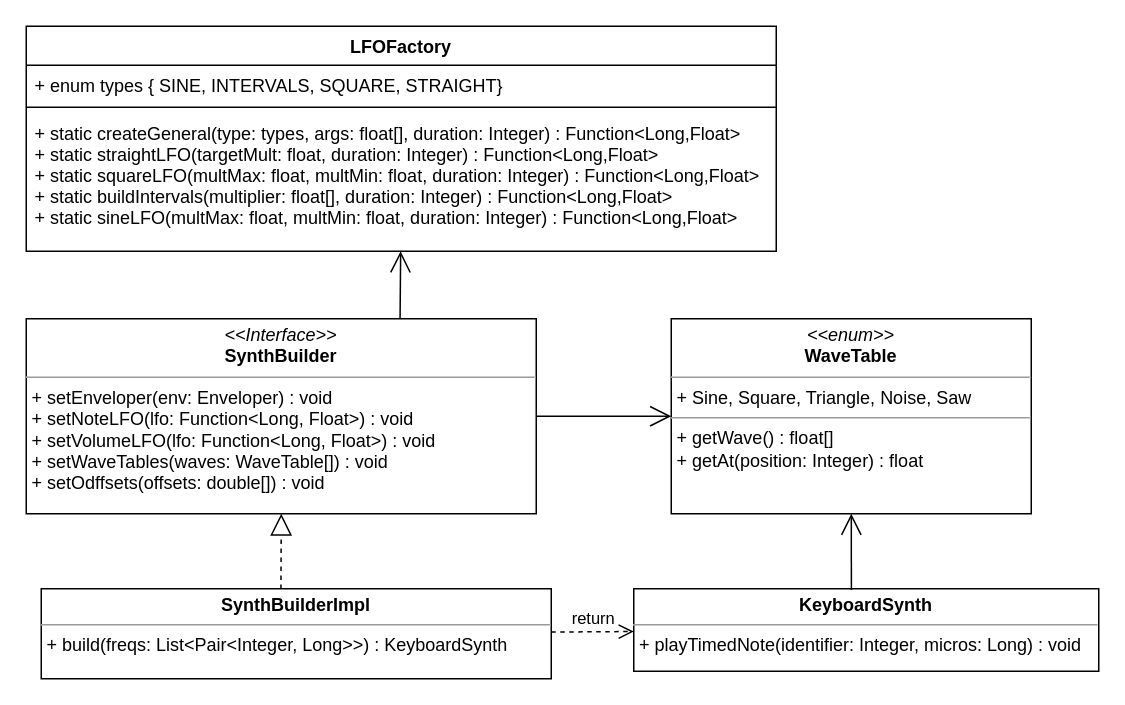
alebrasi/OOP20-DukeMania keeps this draw.io diagram as relazione/img/gianluca/wavetables.drawio. Above is the earlier version. Source tidied: cells renumbered, new cells numbered last; positions are measured from the earlier drawing's top-left corner, leaving out a move shared by most shapes. Both pictures are drawn from the tidied source at 150%, with x=0, y=0 at pixel (26, 26).
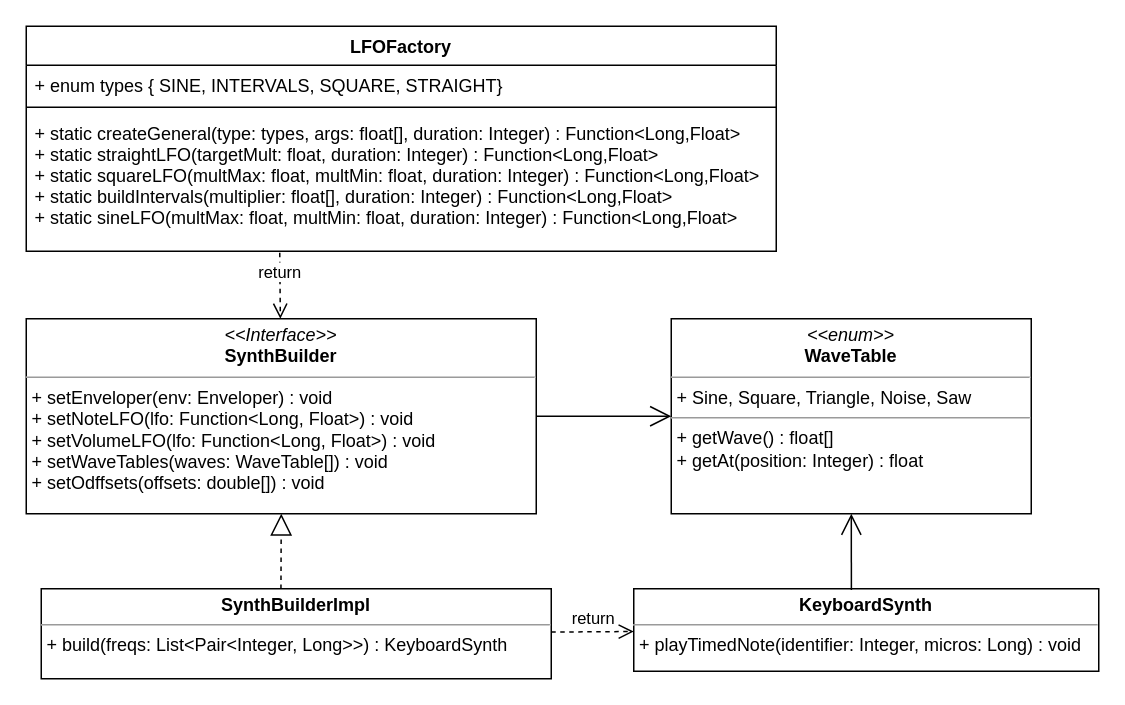
Above is the later version.

Change to the diagram source:
```diff
@@
 <mxGraphModel>
   <root>
     <mxCell id="0" />
     <mxCell id="1" parent="0" />
     <mxCell id="2" value="&lt;p style=&quot;margin: 0px ; margin-top: 4px ; text-align: center&quot;&gt;&lt;i&gt;&amp;lt;&amp;lt;Interface&amp;gt;&amp;gt;&lt;/i&gt;&lt;br&gt;&lt;b&gt;SynthBuilder&lt;/b&gt;&lt;/p&gt;&lt;hr size=&quot;1&quot;&gt;&lt;p style=&quot;margin: 0px 0px 0px 4px&quot;&gt;+ setEnveloper(env: Enveloper) : void&lt;br&gt;&lt;/p&gt;&lt;p style=&quot;margin: 0px 0px 0px 4px&quot;&gt;+ setNoteLFO(lfo: Function&amp;lt;Long, Float&amp;gt;) : void&lt;/p&gt;&lt;p style=&quot;margin: 0px 0px 0px 4px&quot;&gt;+ setVolumeLFO(lfo: Function&amp;lt;Long, Float&amp;gt;) : void&lt;/p&gt;&lt;p style=&quot;margin: 0px 0px 0px 4px&quot;&gt;+ setWaveTables(waves: WaveTable[]) : void&lt;/p&gt;&lt;p style=&quot;margin: 0px 0px 0px 4px&quot;&gt;+ setOdffsets(offsets: double[]) : void&lt;/p&gt;" style="verticalAlign=top;align=left;overflow=fill;fontSize=12;fontFamily=Helvetica;html=1;" parent="1" vertex="1">
       <mxGeometry y="195" width="340" height="130" as="geometry" />
     </mxCell>
     <mxCell id="3" value="LFOFactory" style="swimlane;fontStyle=1;align=center;verticalAlign=top;horizontal=1;startSize=26;" parent="1" vertex="1">
       <mxGeometry width="500" height="150" as="geometry" />
     </mxCell>
     <mxCell id="4" value="+ enum types { SINE, INTERVALS, SQUARE, STRAIGHT}" style="text;strokeColor=none;fillColor=none;align=left;verticalAlign=top;spacingLeft=4;spacingRight=4;overflow=hidden;" parent="3" vertex="1">
       <mxGeometry y="26" width="500" height="24" as="geometry" />
     </mxCell>
     <mxCell id="5" style="line;strokeWidth=1;fillColor=none;align=left;verticalAlign=middle;spacingTop=-1;spacingLeft=3;spacingRight=3;labelPosition=right;" parent="3" vertex="1">
       <mxGeometry y="50" width="500" height="8" as="geometry" />
     </mxCell>
     <mxCell id="6" value="+ static createGeneral(type: types, args: float[], duration: Integer) : Function&lt;Long,Float&gt;&#10;+ static straightLFO(targetMult: float, duration: Integer) : Function&lt;Long,Float&gt;&#10;+ static squareLFO(multMax: float, multMin: float, duration: Integer) : Function&lt;Long,Float&gt;&#10;+ static buildIntervals(multiplier: float[], duration: Integer) : Function&lt;Long,Float&gt;&#10;+ static sineLFO(multMax: float, multMin: float, duration: Integer) : Function&lt;Long,Float&gt;" style="text;strokeColor=none;fillColor=none;align=left;verticalAlign=top;spacingLeft=4;spacingRight=4;overflow=hidden;points=[[0,0.5],[1,0.5]];portConstraint=eastwest;" parent="3" vertex="1">
       <mxGeometry y="58" width="500" height="92" as="geometry" />
     </mxCell>
     <mxCell id="7" value="&lt;p style=&quot;margin: 0px ; margin-top: 4px ; text-align: center&quot;&gt;&lt;i&gt;&amp;lt;&amp;lt;enum&amp;gt;&amp;gt;&lt;/i&gt;&lt;br&gt;&lt;b&gt;WaveTable&lt;/b&gt;&lt;/p&gt;&lt;hr size=&quot;1&quot;&gt;&lt;p style=&quot;margin: 0px ; margin-left: 4px&quot;&gt;+ Sine, Square, Triangle, Noise, Saw&lt;/p&gt;&lt;hr size=&quot;1&quot;&gt;&lt;p style=&quot;margin: 0px ; margin-left: 4px&quot;&gt;+ getWave() : float[]&lt;/p&gt;&lt;p style=&quot;margin: 0px ; margin-left: 4px&quot;&gt;+ getAt(position: Integer) : float&lt;/p&gt;" style="verticalAlign=top;align=left;overflow=fill;fontSize=12;fontFamily=Helvetica;html=1;" parent="1" vertex="1">
       <mxGeometry x="430" y="195" width="240" height="130" as="geometry" />
     </mxCell>
     <mxCell id="8" value="&lt;p style=&quot;margin: 0px ; margin-top: 4px ; text-align: center&quot;&gt;&lt;b&gt;SynthBuilderImpl&lt;/b&gt;&lt;/p&gt;&lt;hr size=&quot;1&quot;&gt;&lt;p style=&quot;margin: 0px ; margin-left: 4px&quot;&gt;+ build(freqs: List&amp;lt;Pair&amp;lt;Integer, Long&amp;gt;&amp;gt;) : KeyboardSynth&lt;/p&gt;" style="verticalAlign=top;align=left;overflow=fill;fontSize=12;fontFamily=Helvetica;html=1;" parent="1" vertex="1">
       <mxGeometry x="10" y="375" width="340" height="60" as="geometry" />
     </mxCell>
     <mxCell id="9" value="&lt;p style=&quot;margin: 0px ; margin-top: 4px ; text-align: center&quot;&gt;&lt;b&gt;KeyboardSynth&lt;/b&gt;&lt;/p&gt;&lt;hr size=&quot;1&quot;&gt;&lt;p style=&quot;margin: 0px ; margin-left: 4px&quot;&gt;+ playTimedNote(identifier: Integer, micros: Long) : void&lt;/p&gt;" style="verticalAlign=top;align=left;overflow=fill;fontSize=12;fontFamily=Helvetica;html=1;" parent="1" vertex="1">
       <mxGeometry x="405" y="375" width="310" height="55" as="geometry" />
     </mxCell>
     <mxCell id="10" value="return" style="html=1;verticalAlign=bottom;endArrow=open;dashed=1;endSize=8;" parent="1" edge="1" source="8" target="9">
       <mxGeometry relative="1" as="geometry" />
     </mxCell>
     <mxCell id="11" style="endArrow=block;dashed=1;endFill=0;endSize=12;html=1;entryX=0.5;entryY=1;entryDx=0;entryDy=0;exitX=0.47;exitY=0.002;exitDx=0;exitDy=0;exitPerimeter=0;" parent="1" edge="1" source="8" target="2">
       <mxGeometry relative="1" as="geometry" />
     </mxCell>
     <mxCell id="12" style="endArrow=open;endFill=1;endSize=12;html=1;exitX=0.468;exitY=0.015;exitDx=0;exitDy=0;exitPerimeter=0;" parent="1" edge="1" source="9" target="7">
       <mxGeometry relative="1" as="geometry" />
     </mxCell>
     <mxCell id="13" style="endArrow=open;endFill=1;endSize=12;html=1;exitX=1;exitY=0.5;exitDx=0;exitDy=0;" parent="1" edge="1" source="2" target="7">
       <mxGeometry relative="1" as="geometry" />
     </mxCell>
-    <mxCell id="14" style="endArrow=open;endFill=1;endSize=12;html=1;exitX=0.733;exitY=-0.002;exitDx=0;exitDy=0;exitPerimeter=0;" parent="1" edge="1" source="2" target="6">
-      <mxGeometry relative="1" as="geometry" />
-    </mxCell>
+    <mxCell id="15" value="return" style="html=1;verticalAlign=bottom;endArrow=open;dashed=1;endSize=8;exitX=0.338;exitY=1.011;exitDx=0;exitDy=0;exitPerimeter=0;" parent="1" edge="1" source="6" target="2">
+      <mxGeometry relative="1" as="geometry" />
+    </mxCell>
   </root>
 </mxGraphModel>
```
